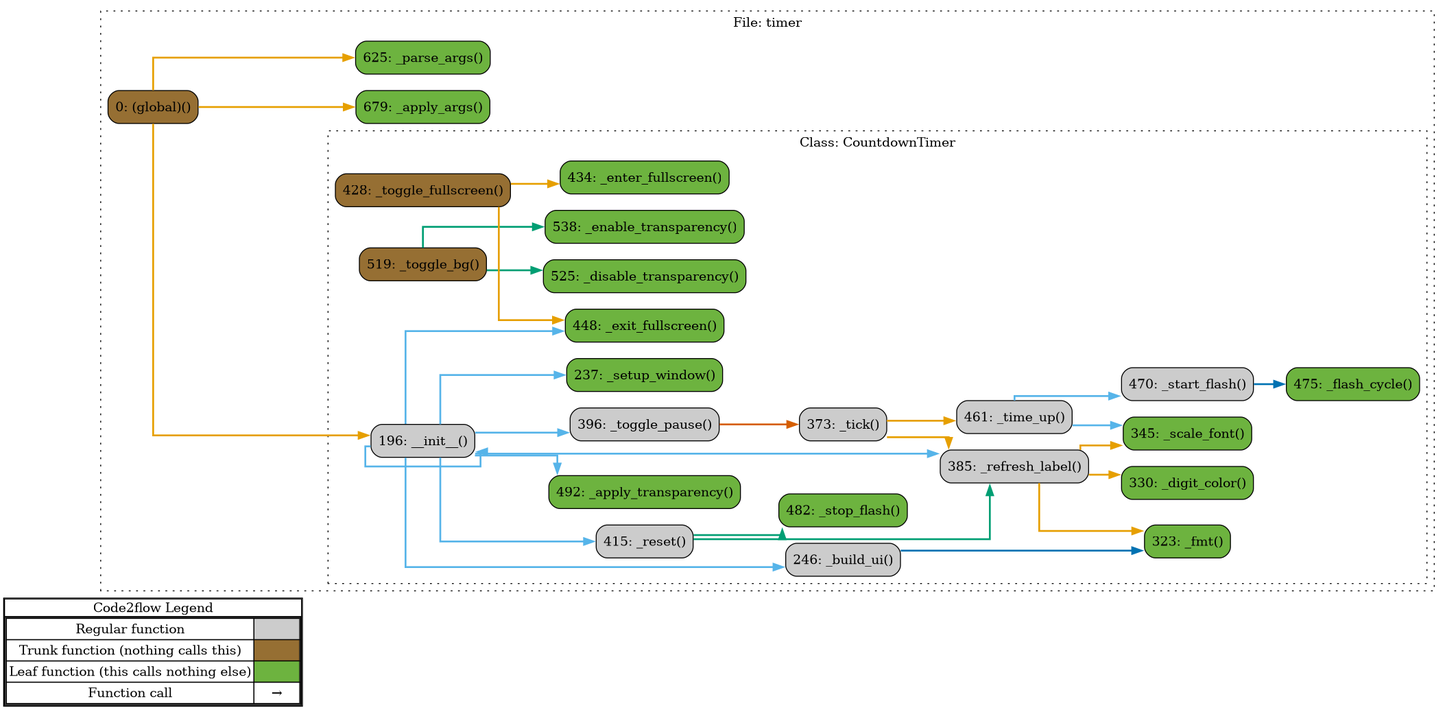
Above: diagram.png in designrevolutions/python-countdown-timer (Graphviz), before the change. Its source is kept beside it as diagram.gv.
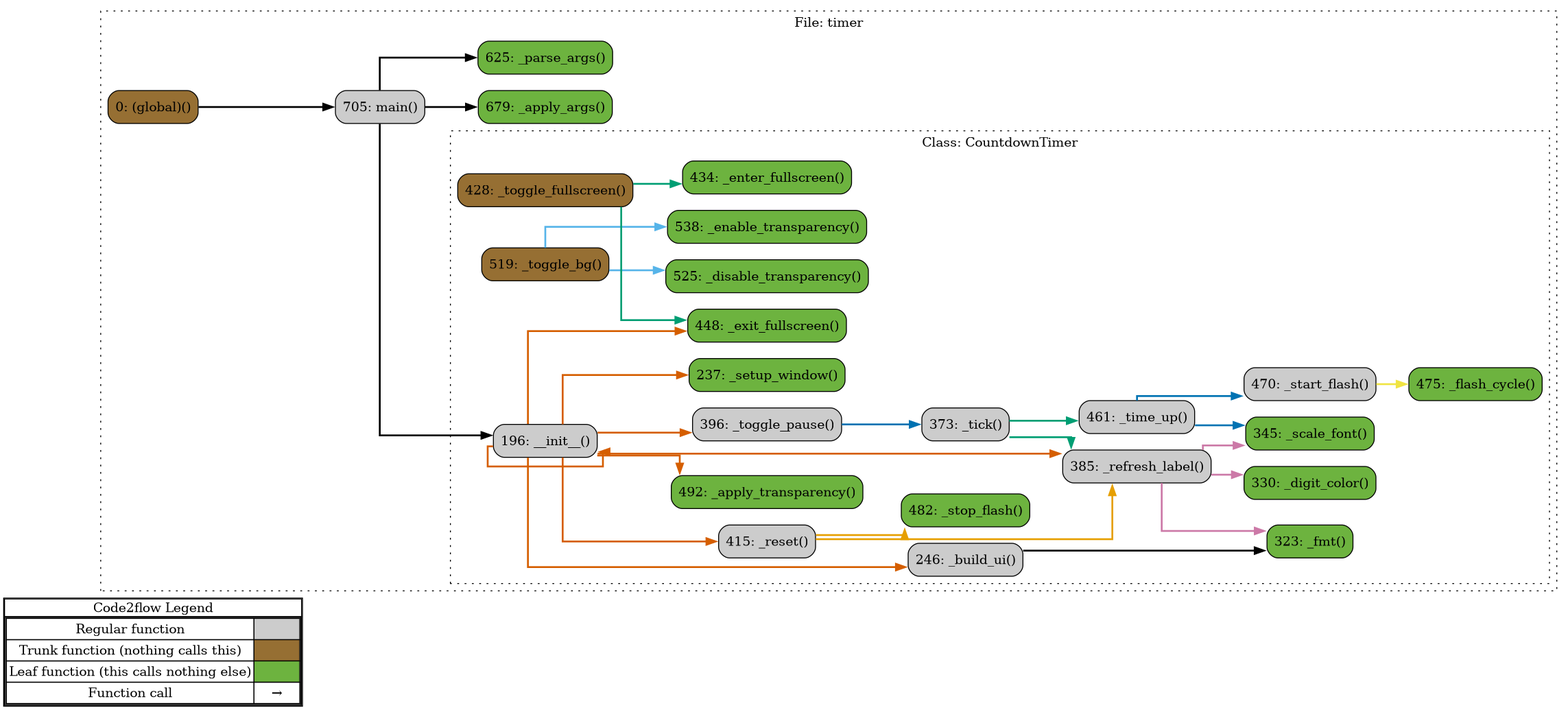
Later version of the same file.

Change to the diagram source:
```diff
@@ -14,66 +14,68 @@
         <tr><td>Function call</td><td><font color='black'>&#8594;</font></td></tr>
         </table></td></tr></table>
         >];
-}node_a5c05b39 [label="0: (global)()" name="timer::(global)" shape="rect" style="rounded,filled" fillcolor="#966F33" ];
-node_5733f32a [label="196: __init__()" name="timer::CountdownTimer.__init__" shape="rect" style="rounded,filled" fillcolor="#cccccc" ];
-node_c4513cb9 [label="492: _apply_transparency()" name="timer::CountdownTimer._apply_transparency" shape="rect" style="rounded,filled" fillcolor="#6db33f" ];
-node_72c707c5 [label="246: _build_ui()" name="timer::CountdownTimer._build_ui" shape="rect" style="rounded,filled" fillcolor="#cccccc" ];
-node_b7deb343 [label="330: _digit_color()" name="timer::CountdownTimer._digit_color" shape="rect" style="rounded,filled" fillcolor="#6db33f" ];
-node_121f059f [label="525: _disable_transparency()" name="timer::CountdownTimer._disable_transparency" shape="rect" style="rounded,filled" fillcolor="#6db33f" ];
-node_4f4f0582 [label="538: _enable_transparency()" name="timer::CountdownTimer._enable_transparency" shape="rect" style="rounded,filled" fillcolor="#6db33f" ];
-node_645460df [label="434: _enter_fullscreen()" name="timer::CountdownTimer._enter_fullscreen" shape="rect" style="rounded,filled" fillcolor="#6db33f" ];
-node_4acf334d [label="448: _exit_fullscreen()" name="timer::CountdownTimer._exit_fullscreen" shape="rect" style="rounded,filled" fillcolor="#6db33f" ];
-node_143b35f0 [label="475: _flash_cycle()" name="timer::CountdownTimer._flash_cycle" shape="rect" style="rounded,filled" fillcolor="#6db33f" ];
-node_513d0756 [label="323: _fmt()" name="timer::CountdownTimer._fmt" shape="rect" style="rounded,filled" fillcolor="#6db33f" ];
-node_45826e89 [label="385: _refresh_label()" name="timer::CountdownTimer._refresh_label" shape="rect" style="rounded,filled" fillcolor="#cccccc" ];
-node_de1894ab [label="415: _reset()" name="timer::CountdownTimer._reset" shape="rect" style="rounded,filled" fillcolor="#cccccc" ];
-node_1ed65ea4 [label="345: _scale_font()" name="timer::CountdownTimer._scale_font" shape="rect" style="rounded,filled" fillcolor="#6db33f" ];
-node_ee3f661e [label="237: _setup_window()" name="timer::CountdownTimer._setup_window" shape="rect" style="rounded,filled" fillcolor="#6db33f" ];
-node_54734add [label="470: _start_flash()" name="timer::CountdownTimer._start_flash" shape="rect" style="rounded,filled" fillcolor="#cccccc" ];
-node_b48c33dd [label="482: _stop_flash()" name="timer::CountdownTimer._stop_flash" shape="rect" style="rounded,filled" fillcolor="#6db33f" ];
-node_385342f1 [label="373: _tick()" name="timer::CountdownTimer._tick" shape="rect" style="rounded,filled" fillcolor="#cccccc" ];
-node_5cd50062 [label="461: _time_up()" name="timer::CountdownTimer._time_up" shape="rect" style="rounded,filled" fillcolor="#cccccc" ];
-node_491beb03 [label="519: _toggle_bg()" name="timer::CountdownTimer._toggle_bg" shape="rect" style="rounded,filled" fillcolor="#966F33" ];
-node_7c468029 [label="428: _toggle_fullscreen()" name="timer::CountdownTimer._toggle_fullscreen" shape="rect" style="rounded,filled" fillcolor="#966F33" ];
-node_d7226fde [label="396: _toggle_pause()" name="timer::CountdownTimer._toggle_pause" shape="rect" style="rounded,filled" fillcolor="#cccccc" ];
-node_192a6fe6 [label="679: _apply_args()" name="timer::_apply_args" shape="rect" style="rounded,filled" fillcolor="#6db33f" ];
-node_6aebacf9 [label="625: _parse_args()" name="timer::_parse_args" shape="rect" style="rounded,filled" fillcolor="#6db33f" ];
-node_a5c05b39 -> node_5733f32a [color="#E69F00" penwidth="2"];
-node_a5c05b39 -> node_192a6fe6 [color="#E69F00" penwidth="2"];
-node_a5c05b39 -> node_6aebacf9 [color="#E69F00" penwidth="2"];
-node_5733f32a -> node_5733f32a [color="#56B4E9" penwidth="2"];
-node_5733f32a -> node_c4513cb9 [color="#56B4E9" penwidth="2"];
-node_5733f32a -> node_72c707c5 [color="#56B4E9" penwidth="2"];
-node_5733f32a -> node_4acf334d [color="#56B4E9" penwidth="2"];
-node_5733f32a -> node_45826e89 [color="#56B4E9" penwidth="2"];
-node_5733f32a -> node_de1894ab [color="#56B4E9" penwidth="2"];
-node_5733f32a -> node_de1894ab [color="#56B4E9" penwidth="2"];
-node_5733f32a -> node_ee3f661e [color="#56B4E9" penwidth="2"];
-node_5733f32a -> node_d7226fde [color="#56B4E9" penwidth="2"];
-node_72c707c5 -> node_513d0756 [color="#0072B2" penwidth="2"];
-node_45826e89 -> node_b7deb343 [color="#E69F00" penwidth="2"];
-node_45826e89 -> node_513d0756 [color="#E69F00" penwidth="2"];
-node_45826e89 -> node_1ed65ea4 [color="#E69F00" penwidth="2"];
-node_de1894ab -> node_45826e89 [color="#009E73" penwidth="2"];
-node_de1894ab -> node_b48c33dd [color="#009E73" penwidth="2"];
-node_54734add -> node_143b35f0 [color="#0072B2" penwidth="2"];
-node_385342f1 -> node_45826e89 [color="#E69F00" penwidth="2"];
-node_385342f1 -> node_5cd50062 [color="#E69F00" penwidth="2"];
-node_5cd50062 -> node_1ed65ea4 [color="#56B4E9" penwidth="2"];
-node_5cd50062 -> node_54734add [color="#56B4E9" penwidth="2"];
-node_491beb03 -> node_121f059f [color="#009E73" penwidth="2"];
-node_491beb03 -> node_4f4f0582 [color="#009E73" penwidth="2"];
-node_7c468029 -> node_645460df [color="#E69F00" penwidth="2"];
-node_7c468029 -> node_4acf334d [color="#E69F00" penwidth="2"];
-node_d7226fde -> node_385342f1 [color="#D55E00" penwidth="2"];
-subgraph cluster_9c970cb1 {
-    node_6aebacf9 node_192a6fe6 node_a5c05b39;
+}node_7e4db300 [label="0: (global)()" name="timer::(global)" shape="rect" style="rounded,filled" fillcolor="#966F33" ];
+node_f28d60ce [label="196: __init__()" name="timer::CountdownTimer.__init__" shape="rect" style="rounded,filled" fillcolor="#cccccc" ];
+node_c563141c [label="492: _apply_transparency()" name="timer::CountdownTimer._apply_transparency" shape="rect" style="rounded,filled" fillcolor="#6db33f" ];
+node_eb456aa8 [label="246: _build_ui()" name="timer::CountdownTimer._build_ui" shape="rect" style="rounded,filled" fillcolor="#cccccc" ];
+node_44b852d2 [label="330: _digit_color()" name="timer::CountdownTimer._digit_color" shape="rect" style="rounded,filled" fillcolor="#6db33f" ];
+node_119a6587 [label="525: _disable_transparency()" name="timer::CountdownTimer._disable_transparency" shape="rect" style="rounded,filled" fillcolor="#6db33f" ];
+node_068473cb [label="538: _enable_transparency()" name="timer::CountdownTimer._enable_transparency" shape="rect" style="rounded,filled" fillcolor="#6db33f" ];
+node_5a4e0dc1 [label="434: _enter_fullscreen()" name="timer::CountdownTimer._enter_fullscreen" shape="rect" style="rounded,filled" fillcolor="#6db33f" ];
+node_50c3a734 [label="448: _exit_fullscreen()" name="timer::CountdownTimer._exit_fullscreen" shape="rect" style="rounded,filled" fillcolor="#6db33f" ];
+node_de9b57fe [label="475: _flash_cycle()" name="timer::CountdownTimer._flash_cycle" shape="rect" style="rounded,filled" fillcolor="#6db33f" ];
+node_b7a41c78 [label="323: _fmt()" name="timer::CountdownTimer._fmt" shape="rect" style="rounded,filled" fillcolor="#6db33f" ];
+node_7c0372f7 [label="385: _refresh_label()" name="timer::CountdownTimer._refresh_label" shape="rect" style="rounded,filled" fillcolor="#cccccc" ];
+node_d8040e89 [label="415: _reset()" name="timer::CountdownTimer._reset" shape="rect" style="rounded,filled" fillcolor="#cccccc" ];
+node_6aedf86d [label="345: _scale_font()" name="timer::CountdownTimer._scale_font" shape="rect" style="rounded,filled" fillcolor="#6db33f" ];
+node_bd3c947d [label="237: _setup_window()" name="timer::CountdownTimer._setup_window" shape="rect" style="rounded,filled" fillcolor="#6db33f" ];
+node_f38c7284 [label="470: _start_flash()" name="timer::CountdownTimer._start_flash" shape="rect" style="rounded,filled" fillcolor="#cccccc" ];
+node_b8285f73 [label="482: _stop_flash()" name="timer::CountdownTimer._stop_flash" shape="rect" style="rounded,filled" fillcolor="#6db33f" ];
+node_fc72e68b [label="373: _tick()" name="timer::CountdownTimer._tick" shape="rect" style="rounded,filled" fillcolor="#cccccc" ];
+node_7da3b8cd [label="461: _time_up()" name="timer::CountdownTimer._time_up" shape="rect" style="rounded,filled" fillcolor="#cccccc" ];
+node_3257526a [label="519: _toggle_bg()" name="timer::CountdownTimer._toggle_bg" shape="rect" style="rounded,filled" fillcolor="#966F33" ];
+node_2f44ae83 [label="428: _toggle_fullscreen()" name="timer::CountdownTimer._toggle_fullscreen" shape="rect" style="rounded,filled" fillcolor="#966F33" ];
+node_e3a5389d [label="396: _toggle_pause()" name="timer::CountdownTimer._toggle_pause" shape="rect" style="rounded,filled" fillcolor="#cccccc" ];
+node_e1c3b11f [label="679: _apply_args()" name="timer::_apply_args" shape="rect" style="rounded,filled" fillcolor="#6db33f" ];
+node_254d9d4c [label="625: _parse_args()" name="timer::_parse_args" shape="rect" style="rounded,filled" fillcolor="#6db33f" ];
+node_c098a030 [label="705: main()" name="timer::main" shape="rect" style="rounded,filled" fillcolor="#cccccc" ];
+node_7e4db300 -> node_c098a030 [color="#000000" penwidth="2"];
+node_f28d60ce -> node_f28d60ce [color="#D55E00" penwidth="2"];
+node_f28d60ce -> node_c563141c [color="#D55E00" penwidth="2"];
+node_f28d60ce -> node_eb456aa8 [color="#D55E00" penwidth="2"];
+node_f28d60ce -> node_50c3a734 [color="#D55E00" penwidth="2"];
+node_f28d60ce -> node_7c0372f7 [color="#D55E00" penwidth="2"];
+node_f28d60ce -> node_d8040e89 [color="#D55E00" penwidth="2"];
+node_f28d60ce -> node_d8040e89 [color="#D55E00" penwidth="2"];
+node_f28d60ce -> node_bd3c947d [color="#D55E00" penwidth="2"];
+node_f28d60ce -> node_e3a5389d [color="#D55E00" penwidth="2"];
+node_eb456aa8 -> node_b7a41c78 [color="#000000" penwidth="2"];
+node_7c0372f7 -> node_44b852d2 [color="#CC79A7" penwidth="2"];
+node_7c0372f7 -> node_b7a41c78 [color="#CC79A7" penwidth="2"];
+node_7c0372f7 -> node_6aedf86d [color="#CC79A7" penwidth="2"];
+node_d8040e89 -> node_7c0372f7 [color="#E69F00" penwidth="2"];
+node_d8040e89 -> node_b8285f73 [color="#E69F00" penwidth="2"];
+node_f38c7284 -> node_de9b57fe [color="#F0E442" penwidth="2"];
+node_fc72e68b -> node_7c0372f7 [color="#009E73" penwidth="2"];
+node_fc72e68b -> node_7da3b8cd [color="#009E73" penwidth="2"];
+node_7da3b8cd -> node_6aedf86d [color="#0072B2" penwidth="2"];
+node_7da3b8cd -> node_f38c7284 [color="#0072B2" penwidth="2"];
+node_3257526a -> node_119a6587 [color="#56B4E9" penwidth="2"];
+node_3257526a -> node_068473cb [color="#56B4E9" penwidth="2"];
+node_2f44ae83 -> node_5a4e0dc1 [color="#009E73" penwidth="2"];
+node_2f44ae83 -> node_50c3a734 [color="#009E73" penwidth="2"];
+node_e3a5389d -> node_fc72e68b [color="#0072B2" penwidth="2"];
+node_c098a030 -> node_f28d60ce [color="#000000" penwidth="2"];
+node_c098a030 -> node_e1c3b11f [color="#000000" penwidth="2"];
+node_c098a030 -> node_254d9d4c [color="#000000" penwidth="2"];
+subgraph cluster_eef0be57 {
+    node_254d9d4c node_e1c3b11f node_c098a030 node_7e4db300;
     label="File: timer";
     name="timer";
     style="filled";
     graph[style=dotted];
-    subgraph cluster_7e64a6d7 {
-        node_5733f32a node_ee3f661e node_72c707c5 node_513d0756 node_b7deb343 node_1ed65ea4 node_385342f1 node_45826e89 node_d7226fde node_de1894ab node_7c468029 node_645460df node_4acf334d node_5cd50062 node_54734add node_143b35f0 node_b48c33dd node_c4513cb9 node_491beb03 node_121f059f node_4f4f0582;
+    subgraph cluster_727b9bc6 {
+        node_f28d60ce node_bd3c947d node_eb456aa8 node_b7a41c78 node_44b852d2 node_6aedf86d node_fc72e68b node_7c0372f7 node_e3a5389d node_d8040e89 node_2f44ae83 node_5a4e0dc1 node_50c3a734 node_7da3b8cd node_f38c7284 node_de9b57fe node_b8285f73 node_c563141c node_3257526a node_119a6587 node_068473cb;
         label="Class: CountdownTimer";
         name="CountdownTimer";
         style="filled";
```
